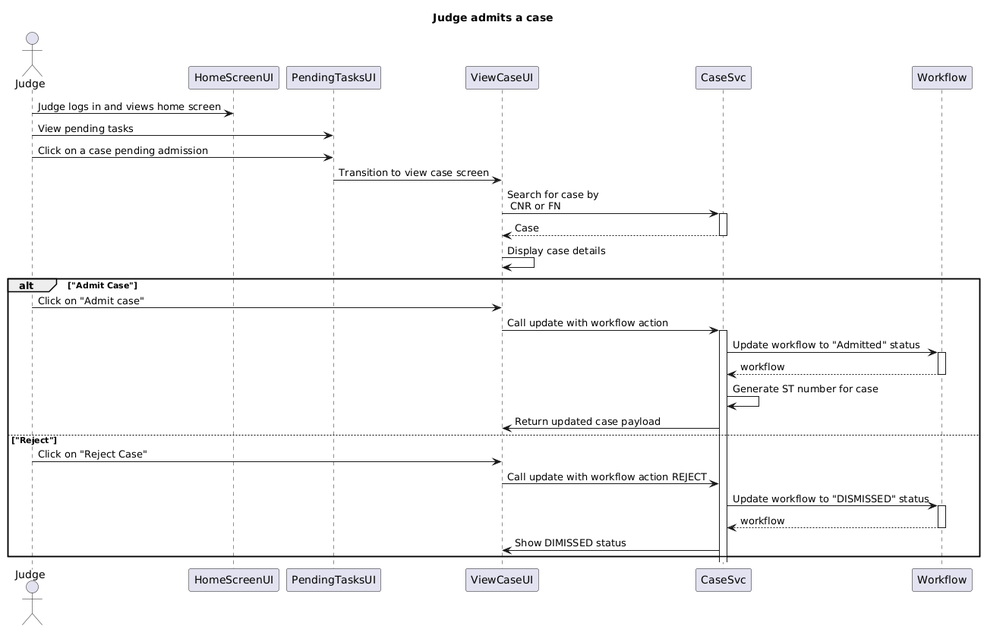
Earlier version of the PlantUML export docs/UI_Sequence_Diagrams/Case Flows/Diagrams/BNSS_Judge_Admits_Case.png (pucardotorg/dristi).
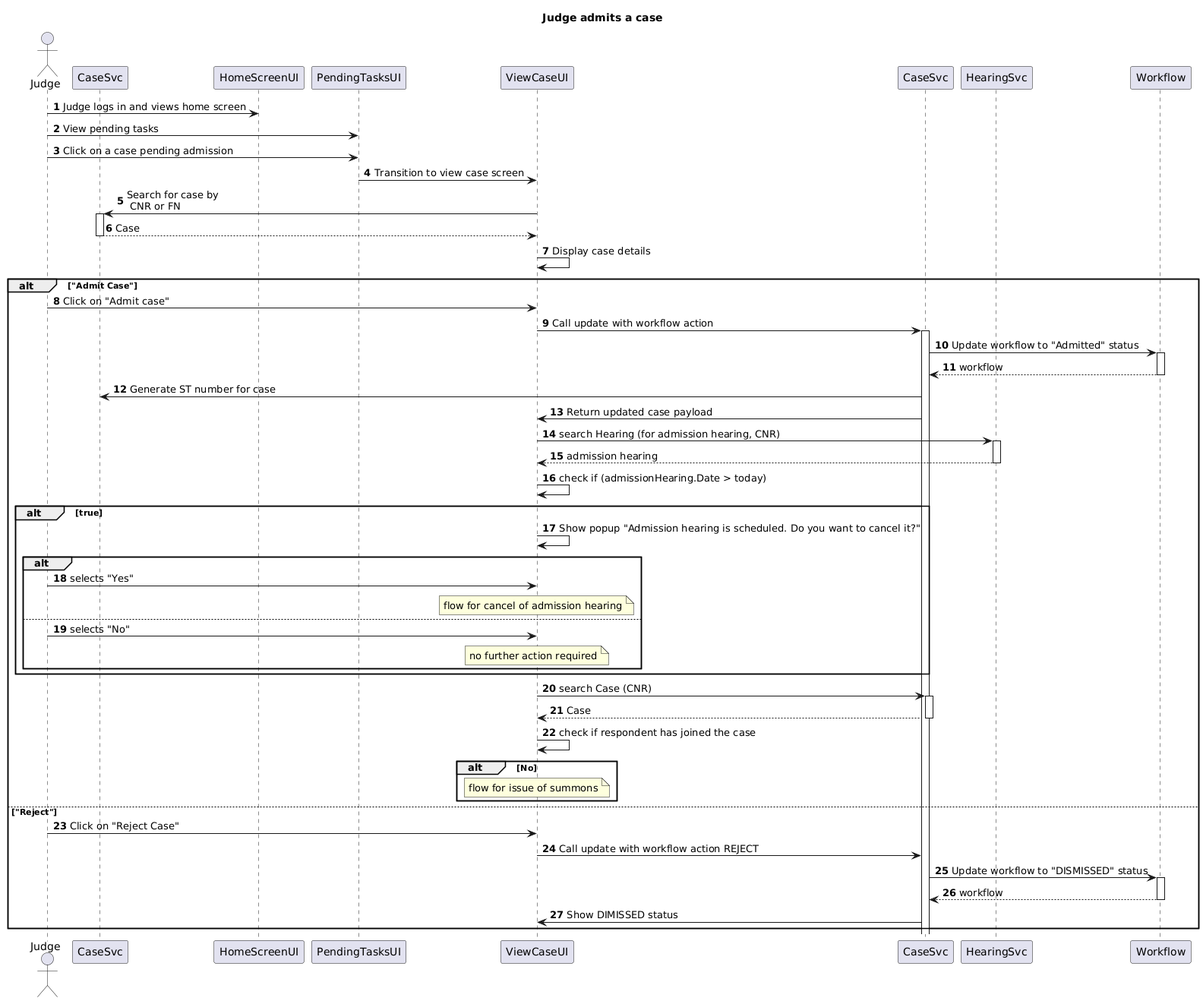
The same diagram one commit later.

Commit message:
update to BNSS flows for judge registering and admitting a case

Diff of the diagram source:
```diff
@@ -1,10 +1,12 @@
 @startuml
+autonumber
 title "Judge admits a case"
 actor Judge as J
 participant HomeScreenUI as H order 1
 participant PendingTasksUI as I order 2
 participant ViewCaseUI as CI order 3
-participant CaseSvc order 6
+participant CaseSvc as CS order 6
+participant HearingSvc as HS order 7
 participant Workflow order 10
 J->H: Judge logs in and views home screen
 J->I: View pending tasks
@@ -15,16 +17,36 @@
 CI->CI: Display case details
 alt "Admit Case"
 J -> CI: Click on "Admit case"
-CI->CaseSvc++: Call update with workflow action
-CaseSvc->Workflow++: Update workflow to "Admitted" status
+CI->CS++: Call update with workflow action
+CS->Workflow++: Update workflow to "Admitted" status
 return workflow
-CaseSvc->CaseSvc:Generate ST number for case
-CaseSvc->CI: Return updated case payload
+CS->CaseSvc:Generate ST number for case
+CS->CI: Return updated case payload
+
+CI->HS++: search Hearing (for admission hearing, CNR)
+return admission hearing
+CI->CI: check if (admissionHearing.Date > today)
+alt true
+CI->CI: Show popup "Admission hearing is scheduled. Do you want to cancel it?"
+alt
+J->CI: selects "Yes"
+note over CI: flow for cancel of admission hearing
+else
+J->CI: selects "No"
+note over CI: no further action required
+end
+end
+CI->CS++: search Case (CNR)
+return Case
+CI->CI: check if respondent has joined the case
+alt No
+note over CI: flow for issue of summons
+end
 else "Reject"
 J->CI: Click on "Reject Case"
-CI->CaseSvc: Call update with workflow action REJECT
-CaseSvc->Workflow++: Update workflow to "DISMISSED" status
+CI->CS: Call update with workflow action REJECT
+CS->Workflow++: Update workflow to "DISMISSED" status
 return workflow
-CaseSvc->CI: Show DIMISSED status
+CS->CI: Show DIMISSED status
 end
 @enduml
```
